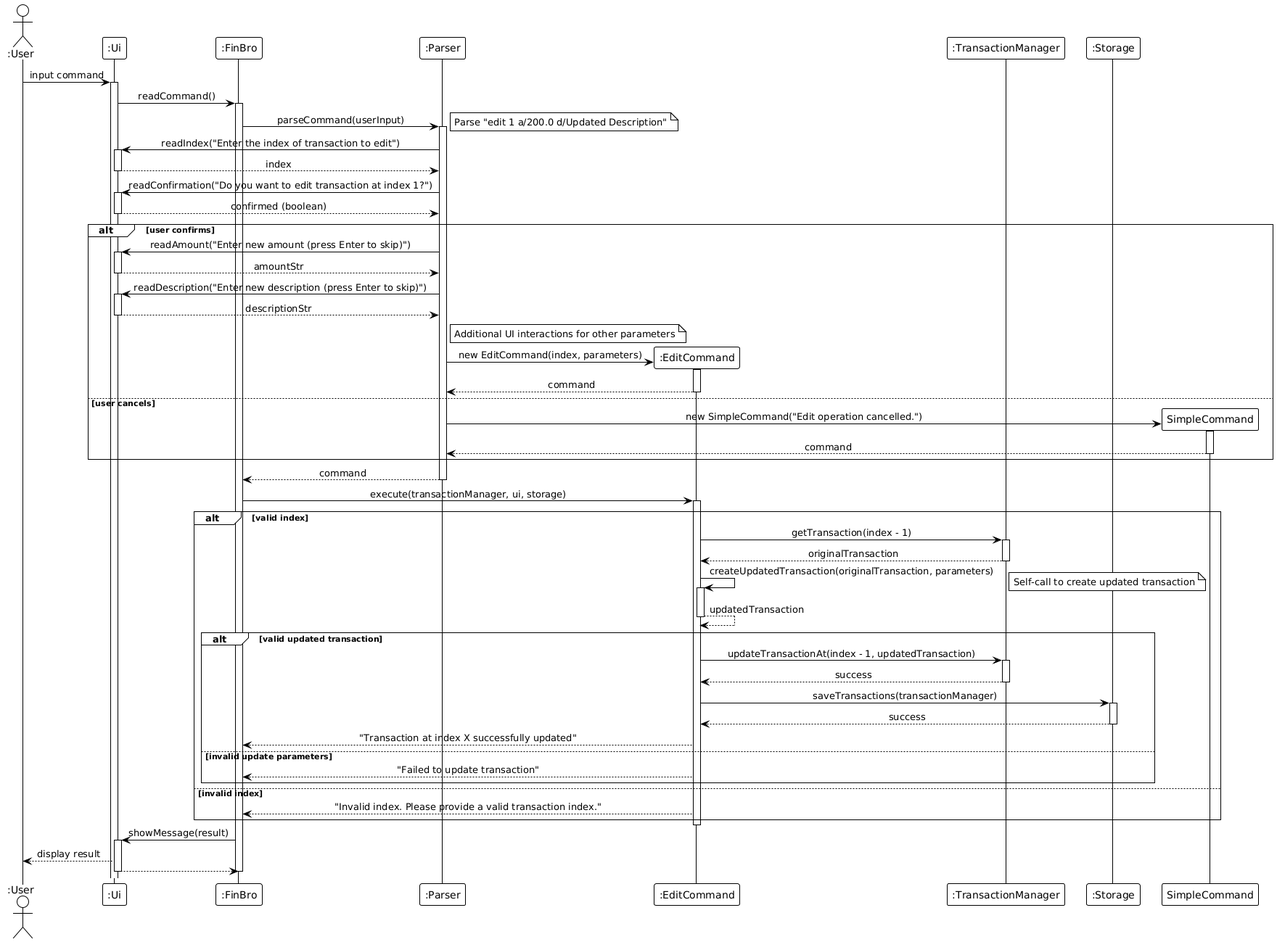
laitcanard05/tp keeps this PlantUML diagram as docs/img/puml/sequence-edit.png. Above is the earlier version. Its source is kept beside it as docs/diagrams/puml/sequence/sequence-edit.puml. Source of this version:
```plantuml
@startuml
!theme plain
skinparam sequenceMessageAlign center
skinparam responseMessageBelowArrow true
skinparam lifelineStrategy nosolid

actor ":User" as User
participant ":Ui" as UI
participant ":FinBro" as FinBro
participant ":Parser" as Parser
participant ":EditCommand" as EditCommand
participant ":TransactionManager" as TransactionMgr
participant ":Storage" as Storage

User -> UI : input command
activate UI

UI -> FinBro : readCommand()
activate FinBro

FinBro -> Parser : parseCommand(userInput)
activate Parser

note right: Parse "edit 1 a/200.0 d/Updated Description"

Parser -> UI : readIndex("Enter the index of transaction to edit")
activate UI
UI --> Parser : index
deactivate UI

Parser -> UI : readConfirmation("Do you want to edit transaction at index 1?")
activate UI
UI --> Parser : confirmed (boolean)
deactivate UI

alt user confirms
    Parser -> UI : readAmount("Enter new amount (press Enter to skip)")
    activate UI
    UI --> Parser : amountStr
    deactivate UI

    Parser -> UI : readDescription("Enter new description (press Enter to skip)")
    activate UI
    UI --> Parser : descriptionStr
    deactivate UI

    note right of Parser: Additional UI interactions for other parameters

    create EditCommand
    Parser -> EditCommand : new EditCommand(index, parameters)
    activate EditCommand
    EditCommand --> Parser : command
    deactivate EditCommand
else user cancels
    create "SimpleCommand"
    Parser -> "SimpleCommand" : new SimpleCommand("Edit operation cancelled.")
    activate "SimpleCommand"
    "SimpleCommand" --> Parser : command
    deactivate "SimpleCommand"
end

Parser --> FinBro : command
deactivate Parser

FinBro -> EditCommand : execute(transactionManager, ui, storage)
activate EditCommand

alt valid index
    EditCommand -> TransactionMgr : getTransaction(index - 1)
    activate TransactionMgr
    TransactionMgr --> EditCommand : originalTransaction
    deactivate TransactionMgr

    EditCommand -> EditCommand : createUpdatedTransaction(originalTransaction, parameters)
    activate EditCommand
    note right: Self-call to create updated transaction
    EditCommand --> EditCommand : updatedTransaction
    deactivate EditCommand

    alt valid updated transaction
        EditCommand -> TransactionMgr : updateTransactionAt(index - 1, updatedTransaction)
        activate TransactionMgr
        TransactionMgr --> EditCommand : success
        deactivate TransactionMgr

        EditCommand -> Storage : saveTransactions(transactionManager)
        activate Storage
        Storage --> EditCommand : success
        deactivate Storage

        EditCommand --> FinBro : "Transaction at index X successfully updated"
    else invalid update parameters
        EditCommand --> FinBro : "Failed to update transaction"
    end
else invalid index
    EditCommand --> FinBro : "Invalid index. Please provide a valid transaction index."
end

deactivate EditCommand

FinBro -> UI : showMessage(result)
activate UI
UI --> User : display result
UI --> FinBro
deactivate UI
deactivate FinBro

@enduml
```
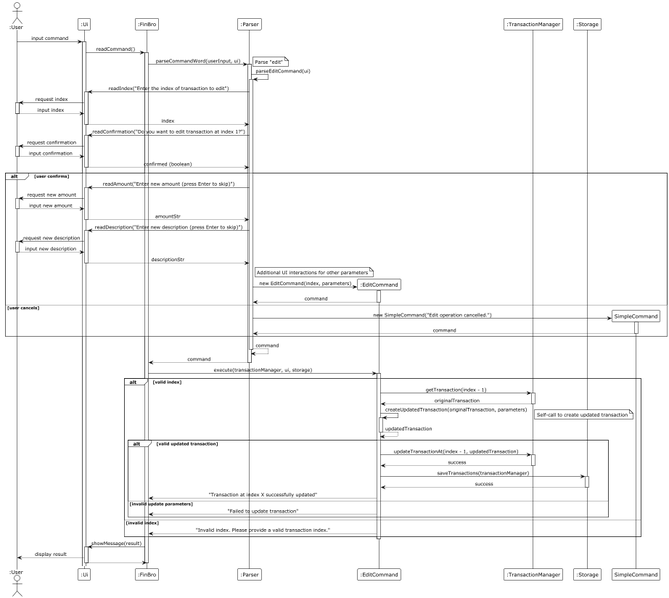
The same diagram one commit later.

The edit, as a diff of the source:
```diff
@@ -18,29 +18,47 @@
 UI -> FinBro : readCommand()
 activate FinBro
 
-FinBro -> Parser : parseCommand(userInput)
+FinBro -> Parser : parseCommandWord(userInput, ui)
 activate Parser
+note right: Parse "edit"
 
-note right: Parse "edit 1 a/200.0 d/Updated Description"
+Parser -> Parser : parseEditCommand(ui)
+activate Parser
 
 Parser -> UI : readIndex("Enter the index of transaction to edit")
 activate UI
+UI -> User : request index
+activate User
+User --> UI : input index
+deactivate User
 UI --> Parser : index
 deactivate UI
 
 Parser -> UI : readConfirmation("Do you want to edit transaction at index 1?")
 activate UI
+UI -> User : request confirmation
+activate User
+User --> UI : input confirmation
+deactivate User
 UI --> Parser : confirmed (boolean)
 deactivate UI
 
 alt user confirms
     Parser -> UI : readAmount("Enter new amount (press Enter to skip)")
     activate UI
+    UI -> User : request new amount
+    activate User
+    User --> UI : input new amount
+    deactivate User
     UI --> Parser : amountStr
     deactivate UI
 
     Parser -> UI : readDescription("Enter new description (press Enter to skip)")
     activate UI
+    UI -> User : request new description
+    activate User
+    User --> UI : input new description
+    deactivate User
     UI --> Parser : descriptionStr
     deactivate UI
 
@@ -59,6 +77,8 @@
     deactivate "SimpleCommand"
 end
 
+Parser --> Parser : command
+deactivate Parser
 Parser --> FinBro : command
 deactivate Parser
 
```
